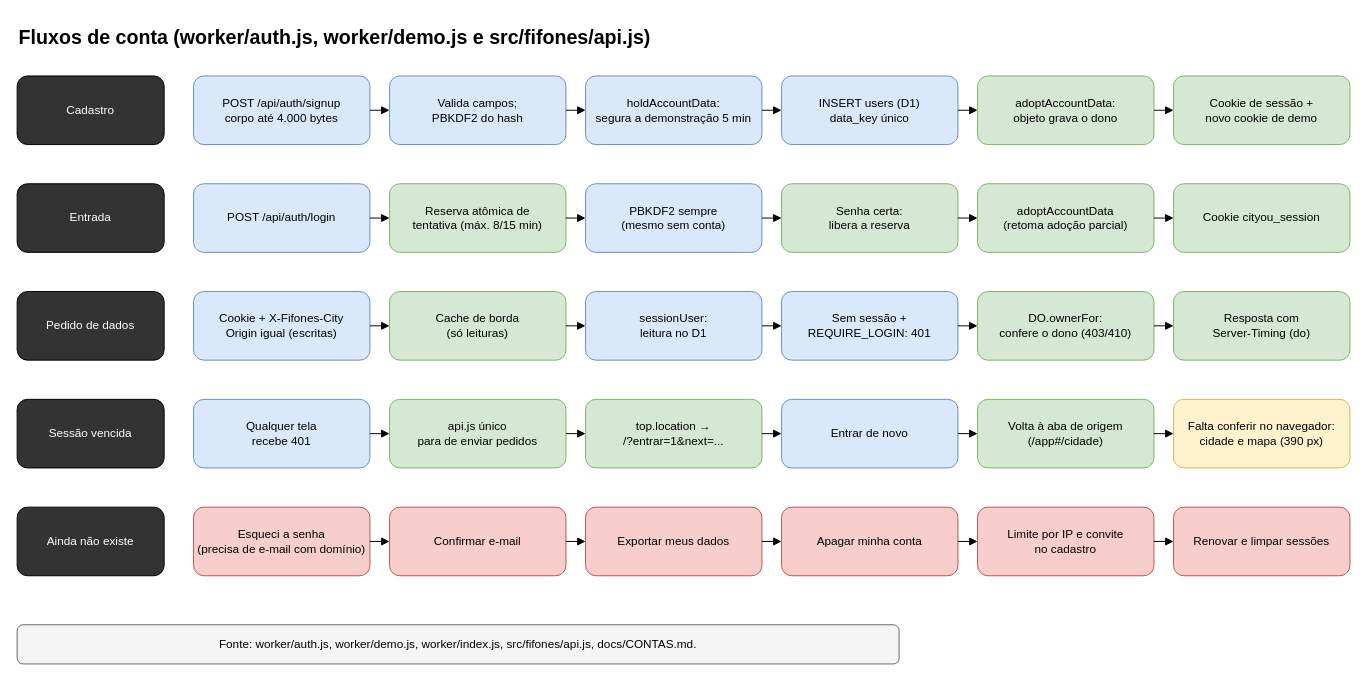
luizfelipeulhoa-afk/Cityou keeps this draw.io diagram as page "3 Fluxos de conta" (3 of 4) of docs/diagrams/cityou-mvp.drawio. Above is the earlier version. Source tidied: cells renumbered, new cells numbered last; positions are measured from the earlier drawing's top-left corner, leaving out a move shared by most shapes. Both pictures are drawn from the tidied source at 98%, with x=0, y=0 at pixel (17, 17).
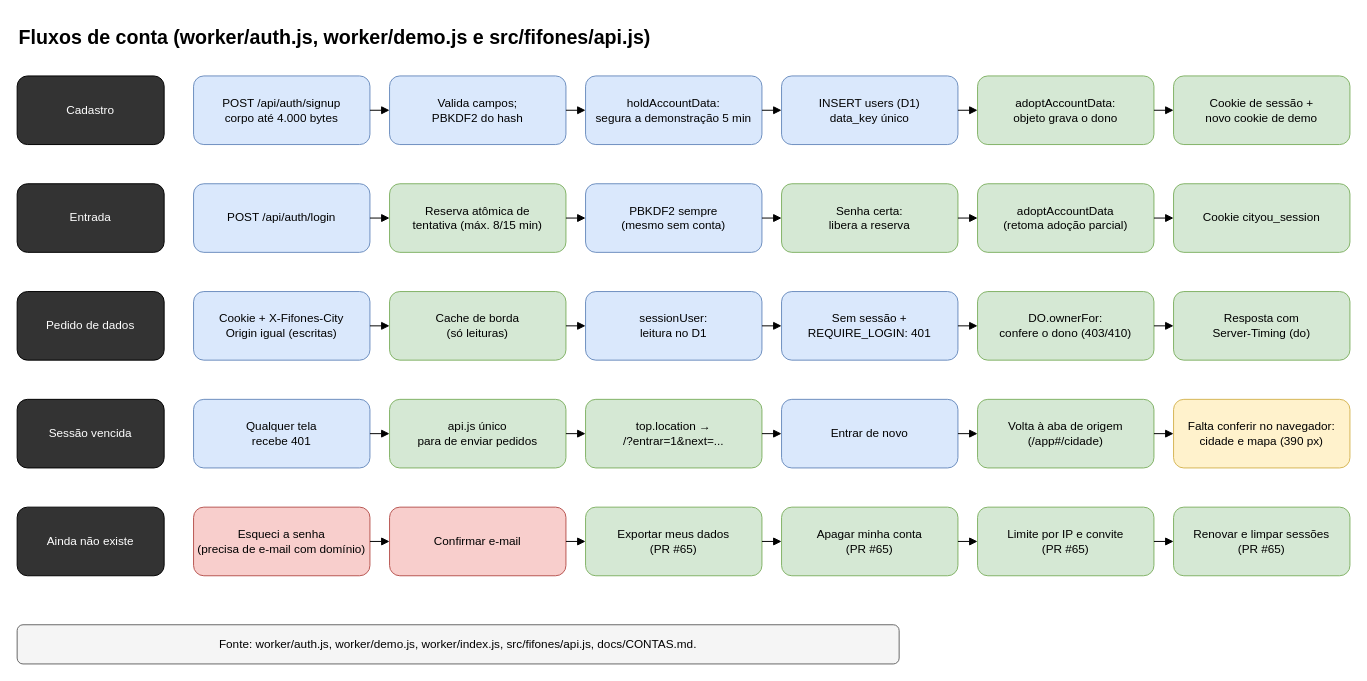
Above is the later version.

Change to the diagram source:
```diff
@@
-    <mxCell id="55" value="Exportar meus dados" style="rounded=1;whiteSpace=wrap;html=0;fillColor=#f8cecc;strokeColor=#b85450;" parent="1" vertex="1">
+    <mxCell id="55" value="Exportar meus dados&#10;(PR #65)" style="rounded=1;whiteSpace=wrap;html=0;fillColor=#d5e8d4;strokeColor=#82b366;" parent="1" vertex="1">
       <mxGeometry x="580" y="500" width="180" height="70" as="geometry" />
     </mxCell>
@@
-    <mxCell id="57" value="Apagar minha conta" style="rounded=1;whiteSpace=wrap;html=0;fillColor=#f8cecc;strokeColor=#b85450;" parent="1" vertex="1">
+    <mxCell id="57" value="Apagar minha conta&#10;(PR #65)" style="rounded=1;whiteSpace=wrap;html=0;fillColor=#d5e8d4;strokeColor=#82b366;" parent="1" vertex="1">
       <mxGeometry x="780" y="500" width="180" height="70" as="geometry" />
     </mxCell>
@@
-    <mxCell id="59" value="Limite por IP e convite&#10;no cadastro" style="rounded=1;whiteSpace=wrap;html=0;fillColor=#f8cecc;strokeColor=#b85450;" parent="1" vertex="1">
+    <mxCell id="59" value="Limite por IP e convite&#10;(PR #65)" style="rounded=1;whiteSpace=wrap;html=0;fillColor=#d5e8d4;strokeColor=#82b366;" parent="1" vertex="1">
       <mxGeometry x="980" y="500" width="180" height="70" as="geometry" />
     </mxCell>
@@
-    <mxCell id="61" value="Renovar e limpar sessões" style="rounded=1;whiteSpace=wrap;html=0;fillColor=#f8cecc;strokeColor=#b85450;" parent="1" vertex="1">
+    <mxCell id="61" value="Renovar e limpar sessões&#10;(PR #65)" style="rounded=1;whiteSpace=wrap;html=0;fillColor=#d5e8d4;strokeColor=#82b366;" parent="1" vertex="1">
       <mxGeometry x="1180" y="500" width="180" height="70" as="geometry" />
     </mxCell>
```
